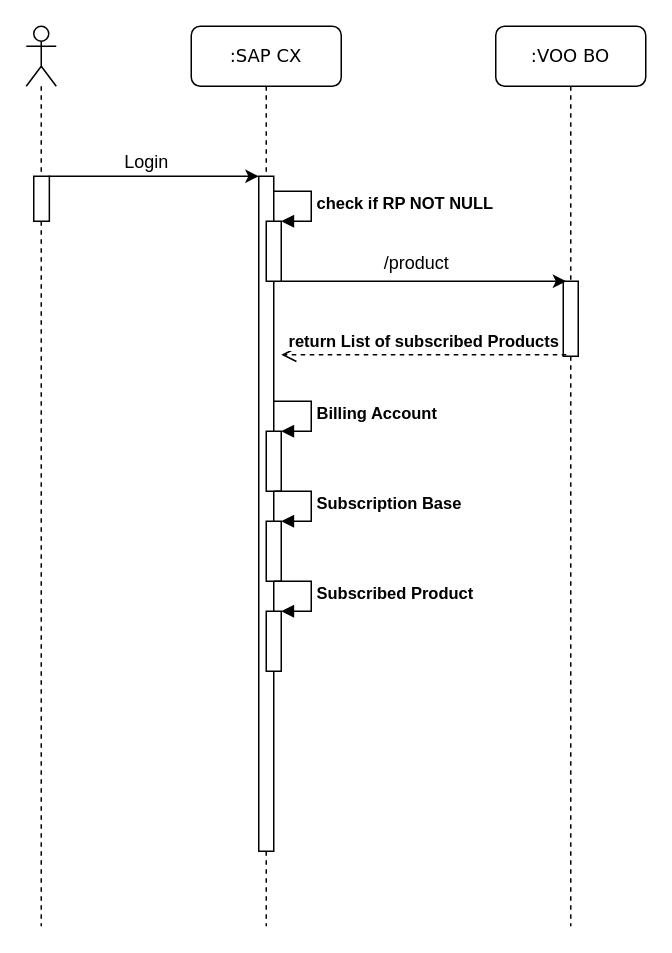
MudBloodArchitekt/draw.io keeps this draw.io diagram as page "subscriptions" (4 of 4) of SeqDiagram-CX-VOO-CDC.drawio. Above is the earlier version. Source tidied: cells renumbered, new cells numbered last; positions are measured from the earlier drawing's top-left corner, leaving out a move shared by most shapes. Both pictures are drawn from the tidied source at 150%, with x=0, y=0 at pixel (26, 26).
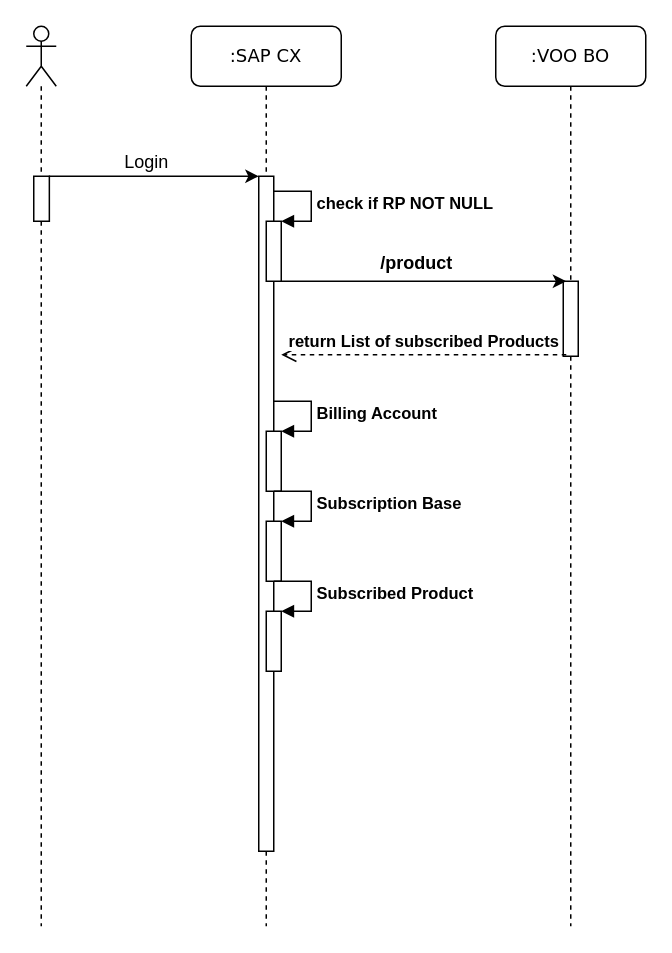
The same diagram, later.

Diff of the diagram source:
```diff
@@
-    <mxCell id="11" value="/product" style="text;html=1;align=center;verticalAlign=middle;" parent="1" vertex="1">
+    <mxCell id="11" value="&lt;b&gt;/product&lt;/b&gt;" style="text;html=1;align=center;verticalAlign=middle;" parent="1" vertex="1">
       <mxGeometry x="230" y="148" width="60" height="20" as="geometry" />
     </mxCell>
```
